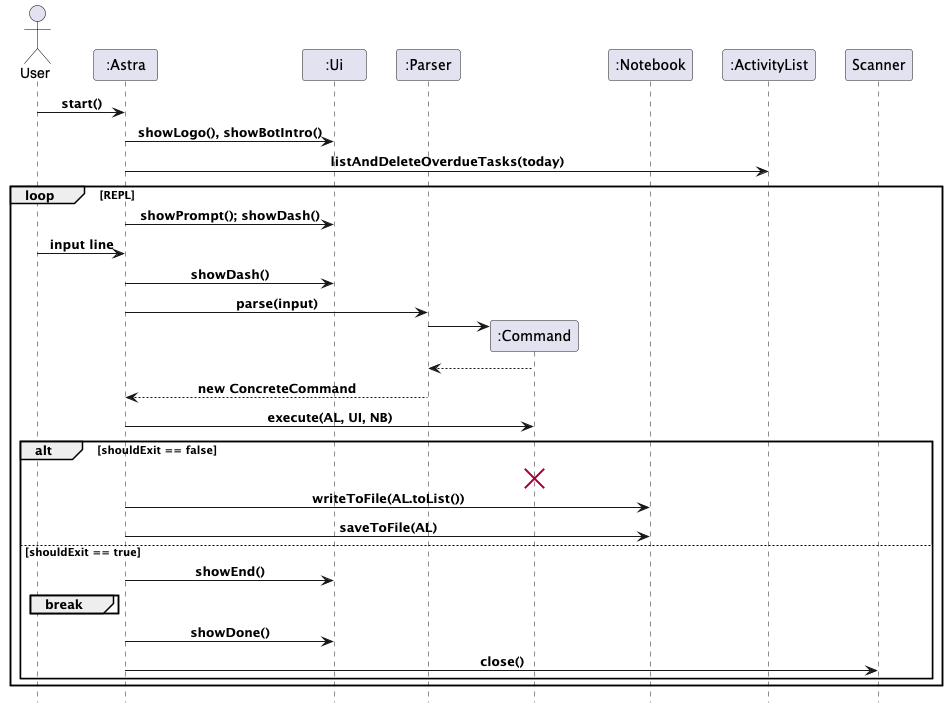
The PlantUML diagram docs/images/main_loop_sequence.png in Kennahh/tp, before a commit.
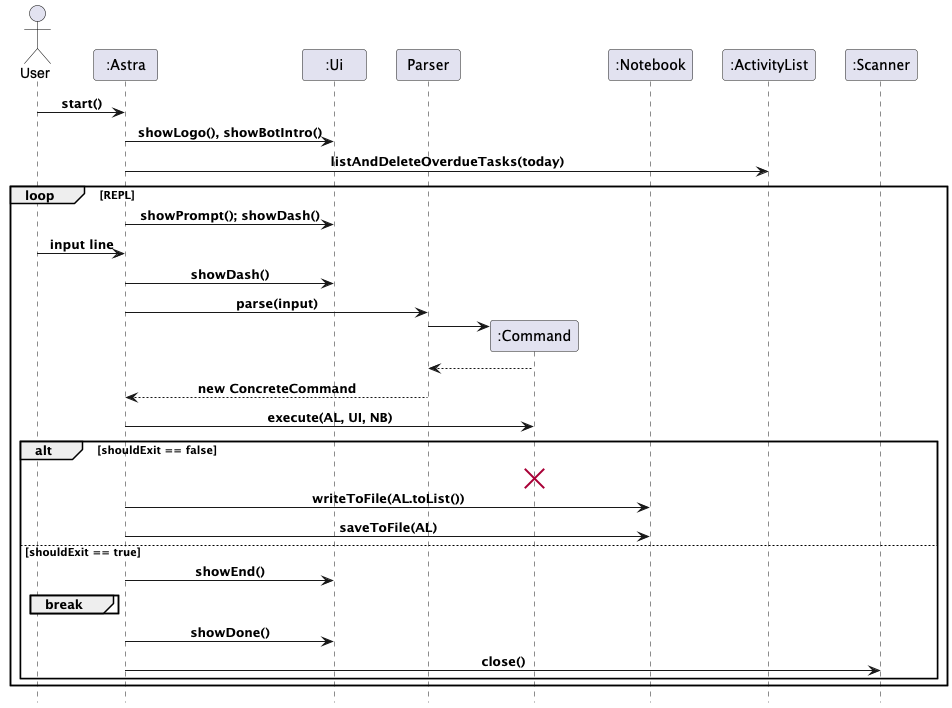
After the commit.

Diff of the diagram source:
```diff
@@ -4,7 +4,7 @@
 actor User
 participant Astra as ":Astra"
 participant UI as ":Ui"
-participant Parser as ":Parser"
+participant Parser as "Parser"
 participant C as ":Command"
 participant NB as ":Notebook"
 participant AL as ":ActivityList"
@@ -32,7 +32,7 @@
       break
     end
   Astra -> UI: showDone()
-  Astra -> Scanner: close()
+  Astra -> ":Scanner": close()
   end
 end
 
```
